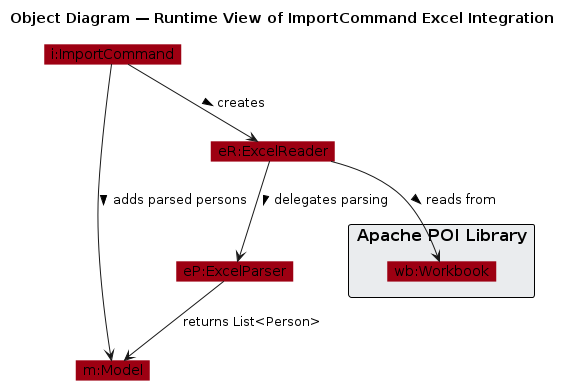
The PlantUML diagram diagrams/ImportExcelObjectDiagram.png in IsaiahToh/tp, before a commit. Its source is kept beside it as diagrams/ImportExcelObjectDiagram.puml. The source it was exported from:
```plantuml
@startuml
!pragma layout object
!include style.puml
skinparam objectBorderColor MODEL_COLOR
skinparam objectBackgroundColor MODEL_COLOR
skinparam ArrowFontStyle plain
title Object Diagram — Runtime View of ImportCommand Excel Integration

object "i:ImportCommand" as ImportCommand {
  filePath = "data/import.xlsx"
}

object "m:Model" as Model

object "eR:ExcelReader" as ExcelReader {
  state = "Initialized"
}

object "eP:ExcelParser" as ExcelParser {
  rowCount = 250
}

package "Apache POI Library" #EAECEE {
  object "wb:Workbook" as Workbook {
    sheets = 3
  }
}

ImportCommand --> ExcelReader : creates >
ExcelReader --> Workbook : reads from >
ExcelReader --> ExcelParser : delegates parsing >
ExcelParser --> Model : returns List<Person>
ImportCommand --> Model : adds parsed persons >

@enduml
```
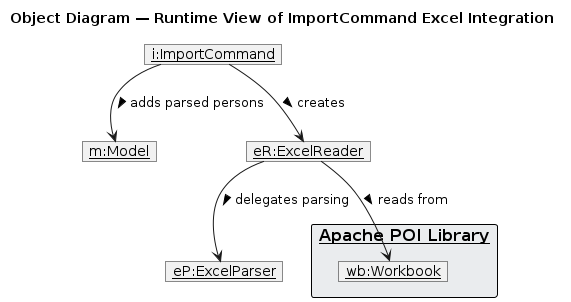
Above is the later version.

Change to the diagram source:
```diff
@@ -1,27 +1,25 @@
 @startuml
 !pragma layout object
 !include style.puml
-skinparam objectBorderColor MODEL_COLOR
-skinparam objectBackgroundColor MODEL_COLOR
 skinparam ArrowFontStyle plain
 title Object Diagram — Runtime View of ImportCommand Excel Integration
 
-object "i:ImportCommand" as ImportCommand {
+object "<u>i:ImportCommand</u>" as ImportCommand {
   filePath = "data/import.xlsx"
 }
 
-object "m:Model" as Model
+object "<u>m:Model</u>" as Model
 
-object "eR:ExcelReader" as ExcelReader {
+object "<u>eR:ExcelReader</u>" as ExcelReader {
   state = "Initialized"
 }
 
-object "eP:ExcelParser" as ExcelParser {
+object "<u>eP:ExcelParser</u>" as ExcelParser {
   rowCount = 250
 }
 
-package "Apache POI Library" #EAECEE {
-  object "wb:Workbook" as Workbook {
+package "<u>Apache POI Library</u>" #EAECEE {
+  object "<u>wb:Workbook</u>" as Workbook {
     sheets = 3
   }
 }
@@ -29,7 +27,6 @@
 ImportCommand --> ExcelReader : creates >
 ExcelReader --> Workbook : reads from >
 ExcelReader --> ExcelParser : delegates parsing >
-ExcelParser --> Model : returns List<Person>
 ImportCommand --> Model : adds parsed persons >
 
 @enduml
```
